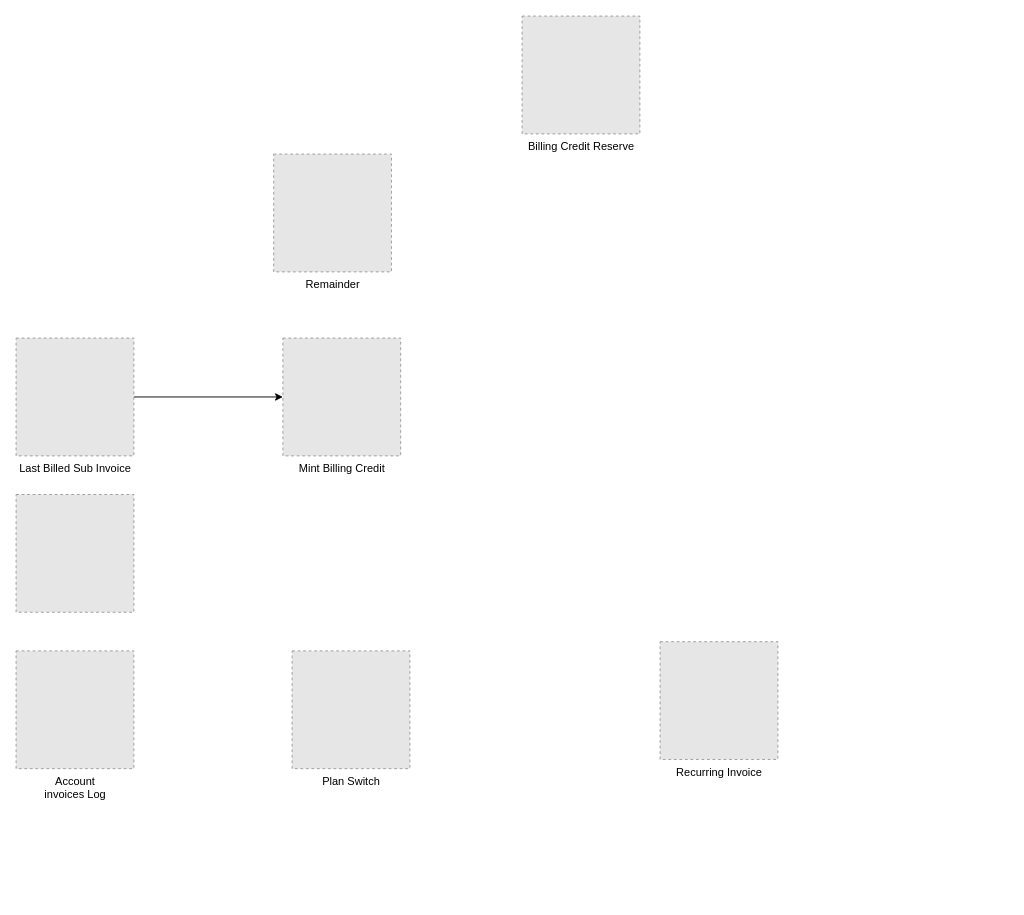
The draw.io diagram Billing Credit.drawio in semenodm/semenodm.github.io, before the edit. Source tidied: cells renumbered, new cells numbered last; positions are measured from the earlier drawing's top-left corner, leaving out a move shared by most shapes. Both pictures are drawn from the tidied source at 92%, with x=0, y=0 at pixel (16, 16). Pictures stored in the file or linked from it are replaced by grey dashed boxes.
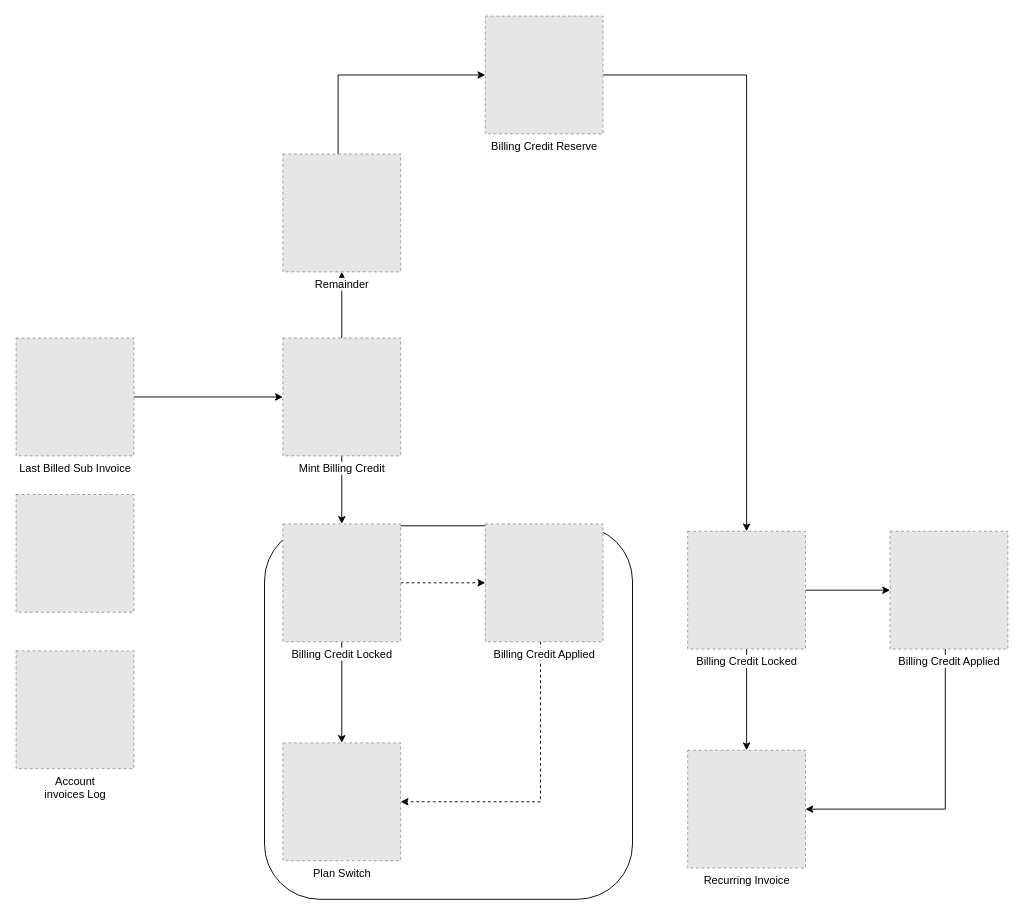
Above is the later version.

The change refers to these unchanged cells:
```xml
<mxCell id="9" value="Mint Billing Credit" style="fillColor=#E6E6E6;strokeColor=#999999;dashed=1;html=1;verticalAlign=top;verticalLabelPosition=bottom;labelBackgroundColor=#ffffff;" parent="1" vertex="1">
  <mxGeometry x="290" y="350" width="128" height="128" as="geometry" />
</mxCell>
```

The edit, as a diff of the source:
```diff
@@
+    <mxCell id="11" style="rounded=1;whiteSpace=wrap;html=1;" parent="1" vertex="1">
+      <mxGeometry x="270" y="554" width="400" height="406" as="geometry" />
+    </mxCell>
     <mxCell id="2" value="Plan Switch" style="fillColor=#E6E6E6;strokeColor=#999999;dashed=1;html=1;verticalAlign=top;verticalLabelPosition=bottom;labelBackgroundColor=#ffffff;" parent="1" vertex="1">
-      <mxGeometry x="300" y="690" width="128" height="128" as="geometry" />
+      <mxGeometry x="290" y="790" width="128" height="128" as="geometry" />
     </mxCell>
-    <mxCell id="3" value="Recurring Invoice" style="fillColor=#E6E6E6;strokeColor=#999999;dashed=1;html=1;verticalAlign=top;verticalLabelPosition=bottom;labelBackgroundColor=#ffffff;" parent="1" vertex="1">
-      <mxGeometry x="700" y="680" width="128" height="128" as="geometry" />
-    </mxCell>
@@
+    <mxCell id="12" style="edgeStyle=orthogonalEdgeStyle;rounded=0;jettySize=auto;html=1;" parent="1" edge="1" source="8" target="23">
+      <mxGeometry relative="1" as="geometry" />
+    </mxCell>
     <mxCell id="8" value="Billing Credit Reserve" style="fillColor=#E6E6E6;strokeColor=#999999;dashed=1;html=1;verticalAlign=top;verticalLabelPosition=bottom;labelBackgroundColor=#ffffff;" parent="1" vertex="1">
-      <mxGeometry x="550" width="128" height="128" as="geometry" />
+      <mxGeometry x="510" width="128" height="128" as="geometry" />
     </mxCell>
+    <mxCell id="13" style="edgeStyle=orthogonalEdgeStyle;rounded=0;jettySize=auto;html=1;" parent="1" edge="1" source="9" target="10">
+      <mxGeometry relative="1" as="geometry" />
+    </mxCell>
+    <mxCell id="14" style="edgeStyle=orthogonalEdgeStyle;rounded=0;jettySize=auto;html=1;" parent="1" edge="1" source="9" target="18">
+      <mxGeometry relative="1" as="geometry" />
+    </mxCell>
@@
+    <mxCell id="15" style="edgeStyle=orthogonalEdgeStyle;rounded=0;jettySize=auto;html=1;entryX=0;entryY=0.5;entryDx=0;entryDy=0;" parent="1" edge="1" source="10" target="8">
+      <mxGeometry relative="1" as="geometry">
+        <Array as="points">
+          <mxPoint x="350" y="64" />
+        </Array>
+      </mxGeometry>
+    </mxCell>
     <mxCell id="10" value="Remainder" style="fillColor=#E6E6E6;strokeColor=#999999;dashed=1;html=1;verticalAlign=top;verticalLabelPosition=bottom;labelBackgroundColor=#ffffff;" parent="1" vertex="1">
-      <mxGeometry x="280" y="150" width="128" height="128" as="geometry" />
+      <mxGeometry x="290" y="150" width="128" height="128" as="geometry" />
     </mxCell>
+    <mxCell id="16" style="edgeStyle=orthogonalEdgeStyle;rounded=0;jettySize=auto;html=1;" parent="1" edge="1" source="18" target="2">
+      <mxGeometry relative="1" as="geometry" />
+    </mxCell>
+    <mxCell id="17" style="edgeStyle=orthogonalEdgeStyle;rounded=0;jettySize=auto;html=1;dashed=1;" parent="1" edge="1" source="18" target="20">
+      <mxGeometry relative="1" as="geometry" />
+    </mxCell>
+    <mxCell id="18" value="Billing Credit Locked" style="fillColor=#E6E6E6;strokeColor=#999999;dashed=1;html=1;verticalAlign=top;verticalLabelPosition=bottom;labelBackgroundColor=#ffffff;" parent="1" vertex="1">
+      <mxGeometry x="290" y="552" width="128" height="128" as="geometry" />
+    </mxCell>
+    <mxCell id="19" style="edgeStyle=orthogonalEdgeStyle;rounded=0;jettySize=auto;html=1;entryX=1;entryY=0.5;entryDx=0;entryDy=0;dashed=1;" parent="1" edge="1" source="20" target="2">
+      <mxGeometry relative="1" as="geometry">
+        <Array as="points">
+          <mxPoint x="570" y="854" />
+        </Array>
+      </mxGeometry>
+    </mxCell>
+    <mxCell id="20" value="Billing Credit Applied" style="fillColor=#E6E6E6;strokeColor=#999999;dashed=1;html=1;verticalAlign=top;verticalLabelPosition=bottom;labelBackgroundColor=#ffffff;" parent="1" vertex="1">
+      <mxGeometry x="510" y="552" width="128" height="128" as="geometry" />
+    </mxCell>
+    <mxCell id="3" value="Recurring Invoice" style="fillColor=#E6E6E6;strokeColor=#999999;dashed=1;html=1;verticalAlign=top;verticalLabelPosition=bottom;labelBackgroundColor=#ffffff;" parent="1" vertex="1">
+      <mxGeometry x="730" y="798" width="128" height="128" as="geometry" />
+    </mxCell>
+    <mxCell id="21" style="edgeStyle=orthogonalEdgeStyle;rounded=0;jettySize=auto;html=1;" parent="1" edge="1" source="23" target="3">
+      <mxGeometry relative="1" as="geometry" />
+    </mxCell>
+    <mxCell id="22" style="edgeStyle=orthogonalEdgeStyle;rounded=0;jettySize=auto;html=1;" parent="1" edge="1" source="23" target="25">
+      <mxGeometry relative="1" as="geometry" />
+    </mxCell>
+    <mxCell id="23" value="Billing Credit Locked" style="fillColor=#E6E6E6;strokeColor=#999999;dashed=1;html=1;verticalAlign=top;verticalLabelPosition=bottom;labelBackgroundColor=#ffffff;" parent="1" vertex="1">
+      <mxGeometry x="730" y="560" width="128" height="128" as="geometry" />
+    </mxCell>
+    <mxCell id="24" style="edgeStyle=orthogonalEdgeStyle;rounded=0;jettySize=auto;html=1;entryX=1;entryY=0.5;entryDx=0;entryDy=0;" parent="1" edge="1" source="25" target="3">
+      <mxGeometry relative="1" as="geometry">
+        <Array as="points">
+          <mxPoint x="1010" y="862" />
+        </Array>
+      </mxGeometry>
+    </mxCell>
+    <mxCell id="25" value="Billing Credit Applied" style="fillColor=#E6E6E6;strokeColor=#999999;dashed=1;html=1;verticalAlign=top;verticalLabelPosition=bottom;labelBackgroundColor=#ffffff;" parent="1" vertex="1">
+      <mxGeometry x="950" y="560" width="128" height="128" as="geometry" />
+    </mxCell>
```
